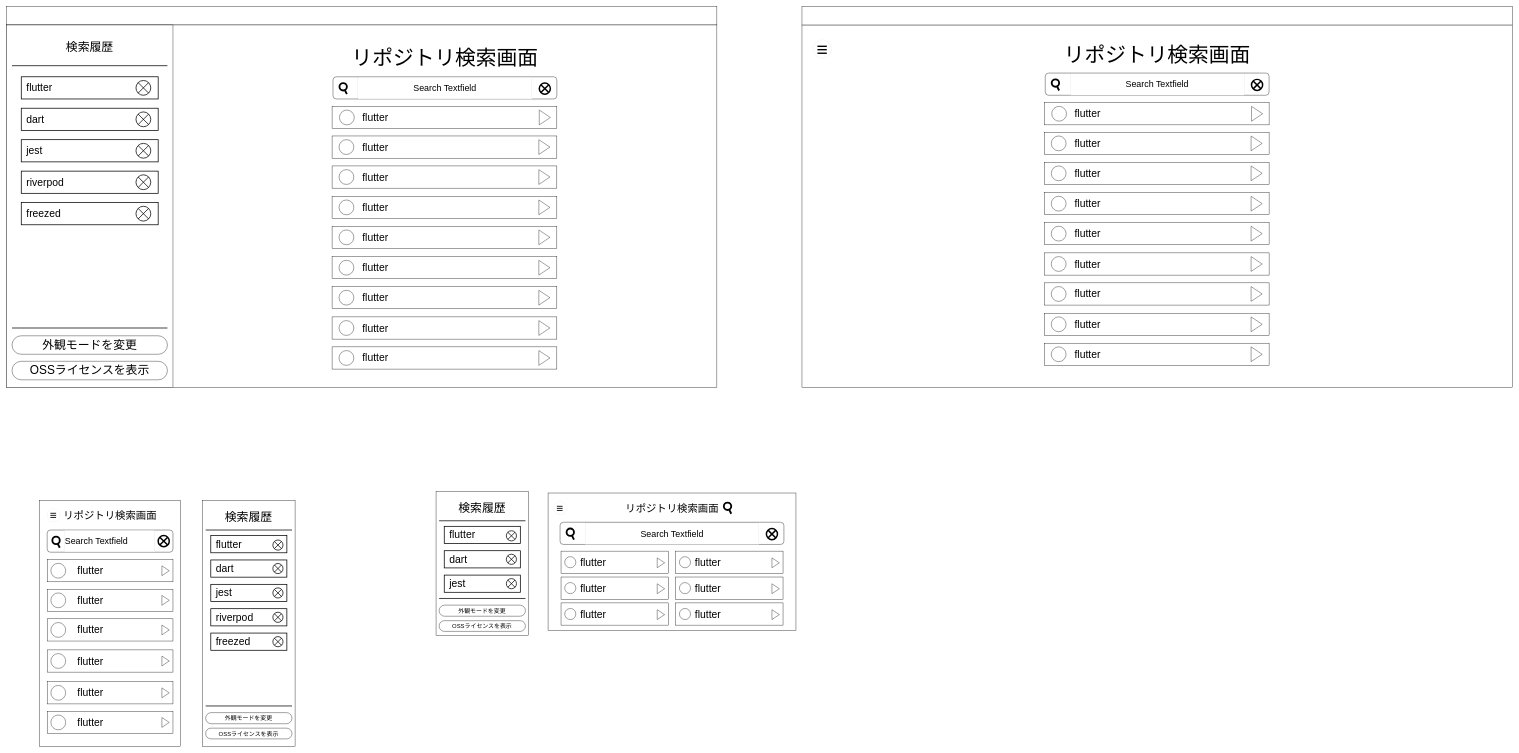
smsmsy/yumemi_flutter_engineer_codecheck keeps this draw.io diagram as page "検索画面" (1 of 4) of docs/UIデザイン.drawio. Above is the earlier version. Source tidied: cells renumbered, new cells numbered last; positions are measured from the earlier drawing's top-left corner, leaving out a move shared by most shapes. Both pictures are drawn from the tidied source at 37%, with x=0, y=0 at pixel (6, 6).
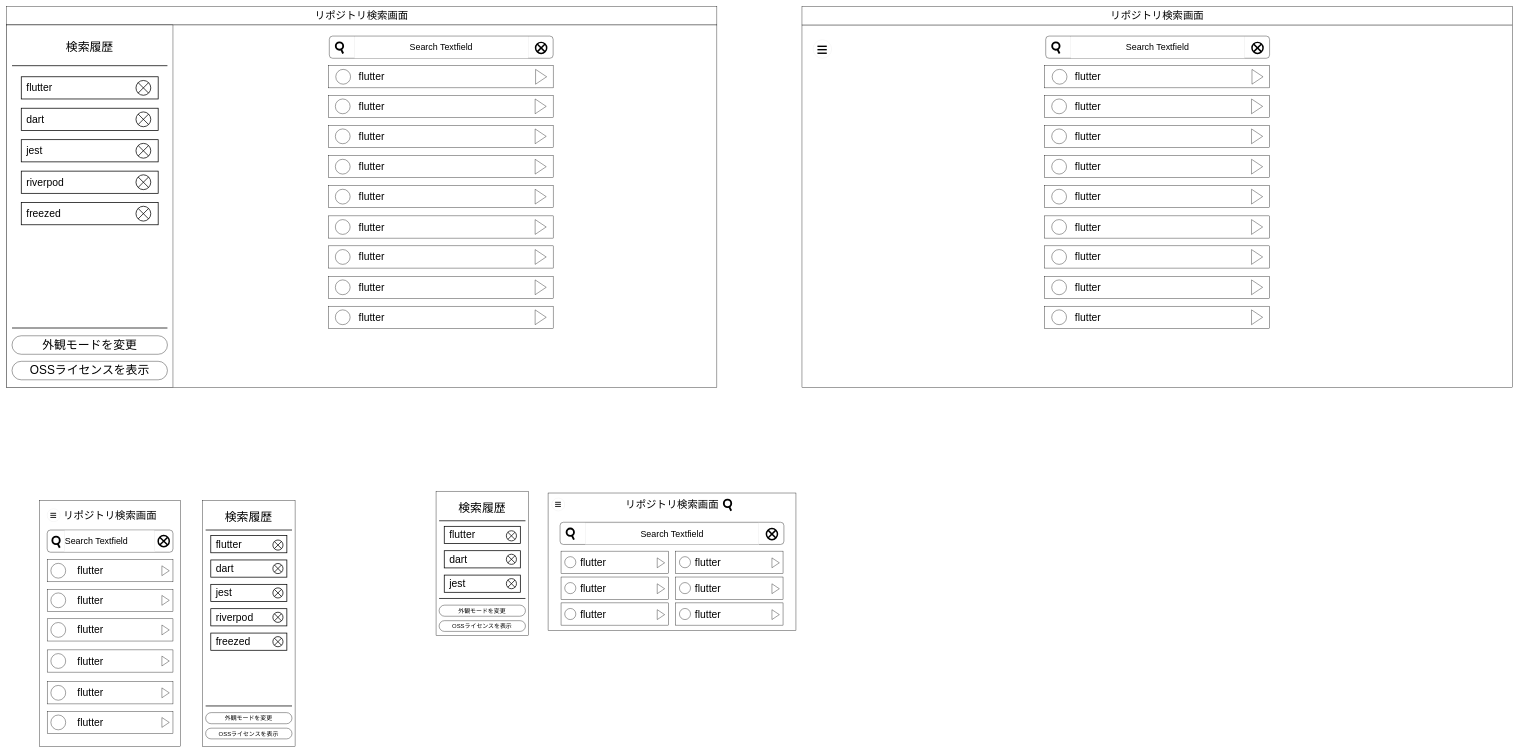
Above is the later version.

What changed in the source:
```diff
@@
-    <mxCell id="2" style="rounded=0;whiteSpace=wrap;html=1;" parent="1" vertex="1">
+    <mxCell id="2" value="&lt;span style=&quot;font-size: 28px;&quot;&gt;リポジトリ検索画面&lt;/span&gt;" style="rounded=0;whiteSpace=wrap;html=1;" parent="1" vertex="1">
       <mxGeometry width="1920" height="50" as="geometry" />
     </mxCell>
@@
-    <mxCell id="5" value="リポジトリ検索画面" style="text;html=1;align=center;verticalAlign=middle;whiteSpace=wrap;rounded=0;fontSize=56;" parent="1" vertex="1">
-      <mxGeometry x="450" y="100" width="1470" height="80" as="geometry" />
-    </mxCell>
     <mxCell id="6" style="rounded=1;whiteSpace=wrap;html=1;fontSize=24;" parent="1" vertex="1">
-      <mxGeometry x="882.5" y="190" width="605" height="60" as="geometry" />
+      <mxGeometry x="872.5" y="80" width="605" height="60" as="geometry" />
     </mxCell>
     <mxCell id="7" style="group;" parent="1" vertex="1">
-      <mxGeometry x="900" y="207" width="20" height="30" as="geometry" />
+      <mxGeometry x="890" y="97" width="20" height="30" as="geometry" />
     </mxCell>
@@
     <mxCell id="10" style="verticalLabelPosition=bottom;verticalAlign=top;html=1;shape=mxgraph.flowchart.or;strokeWidth=4;" parent="1" vertex="1">
-      <mxGeometry x="1440" y="207" width="30" height="30" as="geometry" />
+      <mxGeometry x="1430" y="97" width="30" height="30" as="geometry" />
     </mxCell>
     <mxCell id="11" value="Search Textfield" style="rounded=0;whiteSpace=wrap;html=1;strokeWidth=0;fontSize=24;" parent="1" vertex="1">
-      <mxGeometry x="950" y="192" width="470" height="58" as="geometry" />
+      <mxGeometry x="940" y="82" width="470" height="58" as="geometry" />
     </mxCell>
     <mxCell id="12" value="&lt;font style=&quot;font-size: 28px;&quot;&gt;flutter&lt;/font&gt;" style="rounded=0;whiteSpace=wrap;html=1;align=left;spacingLeft=80;fontSize=24;flipV=1;" parent="1" vertex="1">
-      <mxGeometry x="880" y="350" width="607.5" height="60" as="geometry" />
+      <mxGeometry x="870" y="240" width="607.5" height="60" as="geometry" />
     </mxCell>
     <mxCell id="13" value="&lt;font style=&quot;font-size: 28px;&quot;&gt;flutter&lt;/font&gt;" style="rounded=0;whiteSpace=wrap;html=1;align=left;spacingLeft=80;fontSize=24;flipV=1;" parent="1" vertex="1">
-      <mxGeometry x="880" y="513" width="607.5" height="60" as="geometry" />
+      <mxGeometry x="870" y="403" width="607.5" height="60" as="geometry" />
     </mxCell>
     <mxCell id="14" value="&lt;font style=&quot;font-size: 28px;&quot;&gt;flutter&lt;/font&gt;" style="rounded=0;whiteSpace=wrap;html=1;align=left;spacingLeft=80;fontSize=24;flipV=1;" parent="1" vertex="1">
-      <mxGeometry x="880" y="594" width="607.5" height="60" as="geometry" />
+      <mxGeometry x="870" y="484" width="607.5" height="60" as="geometry" />
     </mxCell>
     <mxCell id="15" value="&lt;font style=&quot;font-size: 28px;&quot;&gt;flutter&lt;/font&gt;" style="rounded=0;whiteSpace=wrap;html=1;align=left;spacingLeft=80;fontSize=24;flipV=1;" parent="1" vertex="1">
-      <mxGeometry x="880" y="839" width="607.5" height="60" as="geometry" />
+      <mxGeometry x="870" y="729" width="607.5" height="60" as="geometry" />
     </mxCell>
     <mxCell id="16" value="&lt;font style=&quot;font-size: 28px;&quot;&gt;flutter&lt;/font&gt;" style="rounded=0;whiteSpace=wrap;html=1;align=left;spacingLeft=80;fontSize=24;flipV=1;" parent="1" vertex="1">
-      <mxGeometry x="880" y="920" width="607.5" height="60" as="geometry" />
+      <mxGeometry x="870" y="810" width="607.5" height="60" as="geometry" />
     </mxCell>
     <mxCell id="17" value="&lt;font style=&quot;font-size: 28px;&quot;&gt;flutter&lt;/font&gt;" style="rounded=0;whiteSpace=wrap;html=1;align=left;spacingLeft=80;fontSize=24;flipV=1;" parent="1" vertex="1">
-      <mxGeometry x="880" y="757" width="607.5" height="60" as="geometry" />
+      <mxGeometry x="870" y="647" width="607.5" height="60" as="geometry" />
     </mxCell>
     <mxCell id="18" value="&lt;font style=&quot;font-size: 28px;&quot;&gt;flutter&lt;/font&gt;" style="rounded=0;whiteSpace=wrap;html=1;align=left;spacingLeft=80;fontSize=24;flipV=1;" parent="1" vertex="1">
-      <mxGeometry x="880" y="676" width="607.5" height="60" as="geometry" />
+      <mxGeometry x="870" y="566" width="607.5" height="60" as="geometry" />
     </mxCell>
     <mxCell id="19" value="&lt;font style=&quot;font-size: 28px;&quot;&gt;flutter&lt;/font&gt;" style="rounded=0;whiteSpace=wrap;html=1;align=left;spacingLeft=80;fontSize=24;flipV=1;" parent="1" vertex="1">
-      <mxGeometry x="880" y="431" width="607.5" height="60" as="geometry" />
+      <mxGeometry x="870" y="321" width="607.5" height="60" as="geometry" />
     </mxCell>
     <mxCell id="20" value="&lt;font style=&quot;font-size: 28px;&quot;&gt;flutter&lt;/font&gt;" style="rounded=0;whiteSpace=wrap;html=1;align=left;spacingLeft=80;fontSize=24;" parent="1" vertex="1">
-      <mxGeometry x="880" y="270" width="607.5" height="60" as="geometry" />
+      <mxGeometry x="870" y="160" width="607.5" height="60" as="geometry" />
     </mxCell>
     <mxCell id="21" style="group;" parent="1" vertex="1">
-      <mxGeometry x="900" y="280" width="570" height="40" as="geometry" />
+      <mxGeometry x="890" y="170" width="570" height="40" as="geometry" />
     </mxCell>
@@
     <mxCell id="24" style="group;" parent="1" vertex="1">
-      <mxGeometry x="898.8" y="360" width="570" height="40" as="geometry" />
+      <mxGeometry x="888.8" y="250" width="570" height="40" as="geometry" />
     </mxCell>
@@
     <mxCell id="27" style="group;" parent="1" vertex="1">
-      <mxGeometry x="898.8" y="441" width="570" height="40" as="geometry" />
+      <mxGeometry x="888.8" y="331" width="570" height="40" as="geometry" />
     </mxCell>
@@
     <mxCell id="30" style="group;" parent="1" vertex="1">
-      <mxGeometry x="898.8" y="523" width="570" height="40" as="geometry" />
+      <mxGeometry x="888.8" y="413" width="570" height="40" as="geometry" />
     </mxCell>
@@
     <mxCell id="33" style="group;" parent="1" vertex="1">
-      <mxGeometry x="898.8" y="604" width="570" height="40" as="geometry" />
+      <mxGeometry x="888.8" y="494" width="570" height="40" as="geometry" />
     </mxCell>
@@
     <mxCell id="36" style="group;" parent="1" vertex="1">
-      <mxGeometry x="898.8" y="686" width="570" height="40" as="geometry" />
+      <mxGeometry x="888.8" y="576" width="570" height="40" as="geometry" />
     </mxCell>
@@
     <mxCell id="39" style="group;" parent="1" vertex="1">
-      <mxGeometry x="898.8" y="767" width="570" height="40" as="geometry" />
+      <mxGeometry x="888.8" y="657" width="570" height="40" as="geometry" />
     </mxCell>
@@
     <mxCell id="42" style="group;" parent="1" vertex="1">
-      <mxGeometry x="898.8" y="849" width="570" height="40" as="geometry" />
+      <mxGeometry x="888.8" y="739" width="570" height="40" as="geometry" />
     </mxCell>
@@
     <mxCell id="45" style="group;" parent="1" vertex="1">
-      <mxGeometry x="898.8" y="930" width="570" height="40" as="geometry" />
+      <mxGeometry x="888.8" y="820" width="570" height="40" as="geometry" />
     </mxCell>
@@
-    <mxCell id="48" style="rounded=0;whiteSpace=wrap;html=1;" parent="1" vertex="1">
+    <mxCell id="48" value="&lt;span style=&quot;font-size: 28px;&quot;&gt;リポジトリ検索画面&lt;/span&gt;" style="rounded=0;whiteSpace=wrap;html=1;" parent="1" vertex="1">
       <mxGeometry x="2150" width="1920" height="50" as="geometry" />
     </mxCell>
@@
-    <mxCell id="50" value="リポジトリ検索画面" style="text;html=1;align=center;verticalAlign=middle;whiteSpace=wrap;rounded=0;fontSize=56;" parent="1" vertex="1">
-      <mxGeometry x="2375" y="90" width="1470" height="80" as="geometry" />
-    </mxCell>
     <mxCell id="51" style="rounded=1;whiteSpace=wrap;html=1;fontSize=24;" parent="1" vertex="1">
-      <mxGeometry x="2807.5" y="180" width="605" height="60" as="geometry" />
+      <mxGeometry x="2808.8" y="80" width="605" height="60" as="geometry" />
     </mxCell>
     <mxCell id="52" style="group;" parent="1" vertex="1">
-      <mxGeometry x="2825" y="197" width="20" height="30" as="geometry" />
+      <mxGeometry x="2826.2" y="97" width="20" height="30" as="geometry" />
     </mxCell>
@@
     <mxCell id="55" style="verticalLabelPosition=bottom;verticalAlign=top;html=1;shape=mxgraph.flowchart.or;strokeWidth=4;" parent="1" vertex="1">
-      <mxGeometry x="3365" y="197" width="30" height="30" as="geometry" />
+      <mxGeometry x="3366.2" y="97" width="30" height="30" as="geometry" />
     </mxCell>
     <mxCell id="56" value="Search Textfield" style="rounded=0;whiteSpace=wrap;html=1;strokeWidth=0;fontSize=24;" parent="1" vertex="1">
-      <mxGeometry x="2875" y="182" width="470" height="58" as="geometry" />
+      <mxGeometry x="2876.2" y="82" width="470" height="58" as="geometry" />
     </mxCell>
     <mxCell id="57" value="&lt;font style=&quot;font-size: 28px;&quot;&gt;flutter&lt;/font&gt;" style="rounded=0;whiteSpace=wrap;html=1;align=left;spacingLeft=80;fontSize=24;flipV=1;" parent="1" vertex="1">
-      <mxGeometry x="2805" y="340" width="607.5" height="60" as="geometry" />
+      <mxGeometry x="2806.2" y="240" width="607.5" height="60" as="geometry" />
     </mxCell>
     <mxCell id="58" value="&lt;font style=&quot;font-size: 28px;&quot;&gt;flutter&lt;/font&gt;" style="rounded=0;whiteSpace=wrap;html=1;align=left;spacingLeft=80;fontSize=24;flipV=1;" parent="1" vertex="1">
-      <mxGeometry x="2805" y="503" width="607.5" height="60" as="geometry" />
+      <mxGeometry x="2806.2" y="403" width="607.5" height="60" as="geometry" />
     </mxCell>
     <mxCell id="59" value="&lt;font style=&quot;font-size: 28px;&quot;&gt;flutter&lt;/font&gt;" style="rounded=0;whiteSpace=wrap;html=1;align=left;spacingLeft=80;fontSize=24;flipV=1;" parent="1" vertex="1">
-      <mxGeometry x="2805" y="584" width="607.5" height="60" as="geometry" />
+      <mxGeometry x="2806.2" y="484" width="607.5" height="60" as="geometry" />
     </mxCell>
     <mxCell id="60" value="&lt;font style=&quot;font-size: 28px;&quot;&gt;flutter&lt;/font&gt;" style="rounded=0;whiteSpace=wrap;html=1;align=left;spacingLeft=80;fontSize=24;flipV=1;" parent="1" vertex="1">
-      <mxGeometry x="2805" y="829" width="607.5" height="60" as="geometry" />
+      <mxGeometry x="2806.2" y="729" width="607.5" height="60" as="geometry" />
     </mxCell>
     <mxCell id="61" value="&lt;font style=&quot;font-size: 28px;&quot;&gt;flutter&lt;/font&gt;" style="rounded=0;whiteSpace=wrap;html=1;align=left;spacingLeft=80;fontSize=24;flipV=1;" parent="1" vertex="1">
-      <mxGeometry x="2805" y="910" width="607.5" height="60" as="geometry" />
+      <mxGeometry x="2806.2" y="810" width="607.5" height="60" as="geometry" />
     </mxCell>
     <mxCell id="62" value="&lt;font style=&quot;font-size: 28px;&quot;&gt;flutter&lt;/font&gt;" style="rounded=0;whiteSpace=wrap;html=1;align=left;spacingLeft=80;fontSize=24;flipV=1;" parent="1" vertex="1">
-      <mxGeometry x="2805" y="747" width="607.5" height="60" as="geometry" />
+      <mxGeometry x="2806.2" y="647" width="607.5" height="60" as="geometry" />
     </mxCell>
     <mxCell id="63" value="&lt;font style=&quot;font-size: 28px;&quot;&gt;flutter&lt;/font&gt;" style="rounded=0;whiteSpace=wrap;html=1;align=left;spacingLeft=80;fontSize=24;flipV=1;" parent="1" vertex="1">
-      <mxGeometry x="2805" y="666" width="607.5" height="60" as="geometry" />
+      <mxGeometry x="2806.2" y="566" width="607.5" height="60" as="geometry" />
     </mxCell>
     <mxCell id="64" value="&lt;font style=&quot;font-size: 28px;&quot;&gt;flutter&lt;/font&gt;" style="rounded=0;whiteSpace=wrap;html=1;align=left;spacingLeft=80;fontSize=24;flipV=1;" parent="1" vertex="1">
-      <mxGeometry x="2805" y="421" width="607.5" height="60" as="geometry" />
+      <mxGeometry x="2806.2" y="321" width="607.5" height="60" as="geometry" />
     </mxCell>
     <mxCell id="65" value="&lt;font style=&quot;font-size: 28px;&quot;&gt;flutter&lt;/font&gt;" style="rounded=0;whiteSpace=wrap;html=1;align=left;spacingLeft=80;fontSize=24;" parent="1" vertex="1">
-      <mxGeometry x="2805" y="260" width="607.5" height="60" as="geometry" />
+      <mxGeometry x="2806.2" y="160" width="607.5" height="60" as="geometry" />
     </mxCell>
     <mxCell id="66" style="group;" parent="1" vertex="1">
-      <mxGeometry x="2825" y="270" width="570" height="40" as="geometry" />
+      <mxGeometry x="2826.2" y="170" width="570" height="40" as="geometry" />
     </mxCell>
@@
     <mxCell id="69" style="group;" parent="1" vertex="1">
-      <mxGeometry x="2823.8" y="350" width="570" height="40" as="geometry" />
+      <mxGeometry x="2825" y="250" width="570" height="40" as="geometry" />
     </mxCell>
@@
     <mxCell id="72" style="group;" parent="1" vertex="1">
-      <mxGeometry x="2823.8" y="431" width="570" height="40" as="geometry" />
+      <mxGeometry x="2825" y="331" width="570" height="40" as="geometry" />
     </mxCell>
@@
     <mxCell id="75" style="group;" parent="1" vertex="1">
-      <mxGeometry x="2823.8" y="513" width="570" height="40" as="geometry" />
+      <mxGeometry x="2825" y="413" width="570" height="40" as="geometry" />
     </mxCell>
@@
     <mxCell id="78" style="group;" parent="1" vertex="1">
-      <mxGeometry x="2823.8" y="594" width="570" height="40" as="geometry" />
+      <mxGeometry x="2825" y="494" width="570" height="40" as="geometry" />
     </mxCell>
@@
     <mxCell id="81" style="group;" parent="1" vertex="1">
-      <mxGeometry x="2823.8" y="676" width="570" height="40" as="geometry" />
+      <mxGeometry x="2825" y="576" width="570" height="40" as="geometry" />
     </mxCell>
@@
     <mxCell id="84" style="group;" parent="1" vertex="1">
-      <mxGeometry x="2823.8" y="757" width="570" height="40" as="geometry" />
+      <mxGeometry x="2825" y="657" width="570" height="40" as="geometry" />
     </mxCell>
@@
     <mxCell id="87" style="group;" parent="1" vertex="1">
-      <mxGeometry x="2823.8" y="839" width="570" height="40" as="geometry" />
+      <mxGeometry x="2825" y="739" width="570" height="40" as="geometry" />
     </mxCell>
@@
     <mxCell id="90" style="group;" parent="1" vertex="1">
-      <mxGeometry x="2823.8" y="920" width="570" height="40" as="geometry" />
+      <mxGeometry x="2825" y="820" width="570" height="40" as="geometry" />
     </mxCell>
@@
     <mxCell id="127" value="リポジトリ検索画面" style="text;html=1;align=center;verticalAlign=middle;whiteSpace=wrap;rounded=0;fontSize=28;" parent="1" vertex="1">
-      <mxGeometry x="1468.8" y="1316" width="660" height="80" as="geometry" />
+      <mxGeometry x="1468.8" y="1316" width="660" height="60" as="geometry" />
     </mxCell>
     <mxCell id="128" value="≡" style="ellipse;whiteSpace=wrap;html=1;fontSize=32;strokeWidth=0;align=center;verticalAlign=middle;" parent="1" vertex="1">
-      <mxGeometry x="1478.8" y="1338.5" width="35" height="35" as="geometry" />
+      <mxGeometry x="1473.8" y="1328.5" width="35" height="35" as="geometry" />
     </mxCell>
     <mxCell id="129" style="group;" parent="1" vertex="1">
-      <mxGeometry x="1938.8" y="1341" width="20" height="30" as="geometry" />
+      <mxGeometry x="1938.8" y="1333" width="20" height="30" as="geometry" />
     </mxCell>
```
